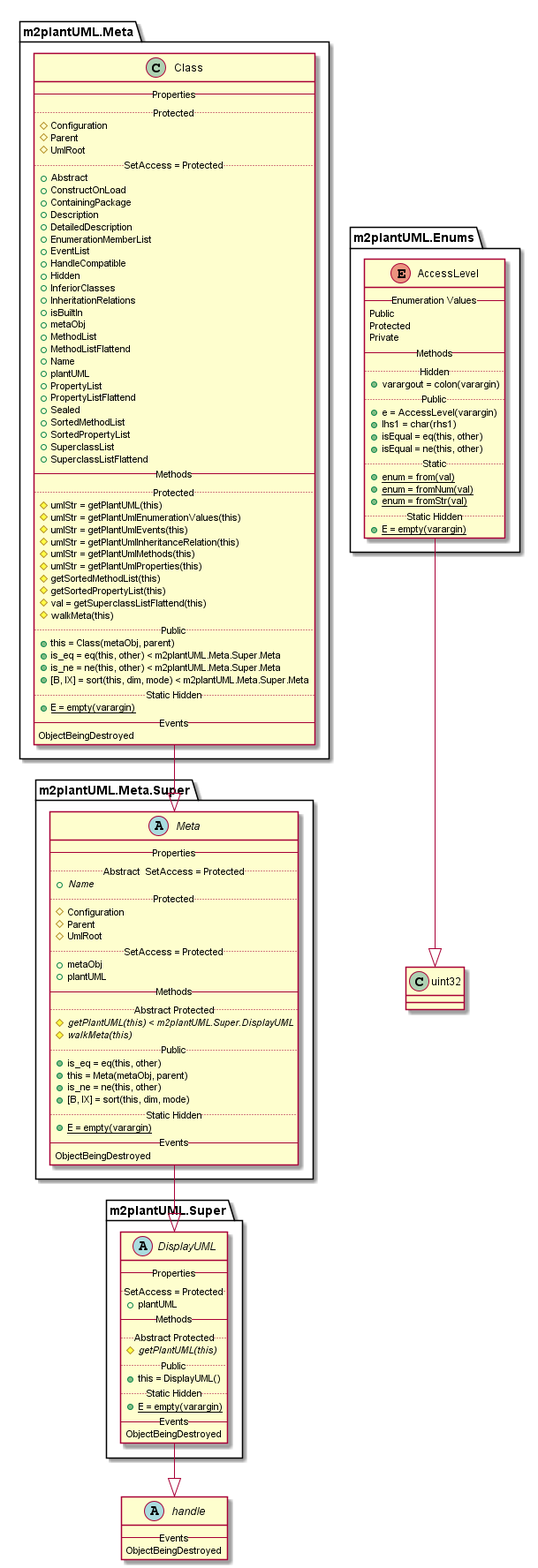
This is doc/uml-examples/export-class-PropertyInheritanceHint-false.png from flxdot/matdoc, a PlantUML export, as it was before one commit. Source of this version:
```plantuml
@startuml

abstract class handle {
   -- Events --
   ObjectBeingDestroyed
}


enum m2plantUML.Enums.AccessLevel {
   -- Enumeration Values --
   Public
   Protected
   Private
   -- Methods --
   .. Hidden ..
   {method} + varargout = colon(varargin)
   .. Public ..
   {method} + e = AccessLevel(varargin)
   {method} + lhs1 = char(rhs1)
   {method} + isEqual = eq(this, other)
   {method} + isEqual = ne(this, other)
   .. Static ..
   {method}{static} + enum = from(val)
   {method}{static} + enum = fromNum(val)
   {method}{static} + enum = fromStr(val)
   .. Static Hidden ..
   {method}{static} + E = empty(varargin)
}

m2plantUML.Enums.AccessLevel --|> uint32

class m2plantUML.Meta.Class {
   -- Properties --
   .. Protected ..
   {field} # Configuration
   {field} # Parent
   {field} # UmlRoot
   .. SetAccess = Protected ..
   {field} + Abstract
   {field} + ConstructOnLoad
   {field} + ContainingPackage
   {field} + Description
   {field} + DetailedDescription
   {field} + EnumerationMemberList
   {field} + EventList
   {field} + HandleCompatible
   {field} + Hidden
   {field} + InferiorClasses
   {field} + InheritationRelations
   {field} + isBuiltIn
   {field} + metaObj
   {field} + MethodList
   {field} + MethodListFlattend
   {field} + Name
   {field} + plantUML
   {field} + PropertyList
   {field} + PropertyListFlattend
   {field} + Sealed
   {field} + SortedMethodList
   {field} + SortedPropertyList
   {field} + SuperclassList
   {field} + SuperclassListFlattend
   -- Methods --
   .. Protected ..
   {method} # umlStr = getPlantUML(this)
   {method} # umlStr = getPlantUmlEnumerationValues(this)
   {method} # umlStr = getPlantUmlEvents(this)
   {method} # umlStr = getPlantUmlInheritanceRelation(this)
   {method} # umlStr = getPlantUmlMethods(this)
   {method} # umlStr = getPlantUmlProperties(this)
   {method} # getSortedMethodList(this)
   {method} # getSortedPropertyList(this)
   {method} # val = getSuperclassListFlattend(this)
   {method} # walkMeta(this)
   .. Public ..
   {method} + this = Class(metaObj, parent)
   {method} + is_eq = eq(this, other) < m2plantUML.Meta.Super.Meta
   {method} + is_ne = ne(this, other) < m2plantUML.Meta.Super.Meta
   {method} + [B, IX] = sort(this, dim, mode) < m2plantUML.Meta.Super.Meta
   .. Static Hidden ..
   {method}{static} + E = empty(varargin)
   -- Events --
   ObjectBeingDestroyed
}

m2plantUML.Meta.Class --|> m2plantUML.Meta.Super.Meta

abstract class m2plantUML.Meta.Super.Meta {
   -- Properties --
   .. Abstract  SetAccess = Protected ..
   {field}{abstract} + Name
   .. Protected ..
   {field} # Configuration
   {field} # Parent
   {field} # UmlRoot
   .. SetAccess = Protected ..
   {field} + metaObj
   {field} + plantUML
   -- Methods --
   .. Abstract Protected ..
   {method}{abstract} # getPlantUML(this) < m2plantUML.Super.DisplayUML
   {method}{abstract} # walkMeta(this)
   .. Public ..
   {method} + is_eq = eq(this, other)
   {method} + this = Meta(metaObj, parent)
   {method} + is_ne = ne(this, other)
   {method} + [B, IX] = sort(this, dim, mode)
   .. Static Hidden ..
   {method}{static} + E = empty(varargin)
   -- Events --
   ObjectBeingDestroyed
}

m2plantUML.Meta.Super.Meta --|> m2plantUML.Super.DisplayUML

abstract class m2plantUML.Super.DisplayUML {
   -- Properties --
   .. SetAccess = Protected ..
   {field} + plantUML
   -- Methods --
   .. Abstract Protected ..
   {method}{abstract} # getPlantUML(this)
   .. Public ..
   {method} + this = DisplayUML()
   .. Static Hidden ..
   {method}{static} + E = empty(varargin)
   -- Events --
   ObjectBeingDestroyed
}

m2plantUML.Super.DisplayUML --|> handle

class uint32 {
}


@enduml
```
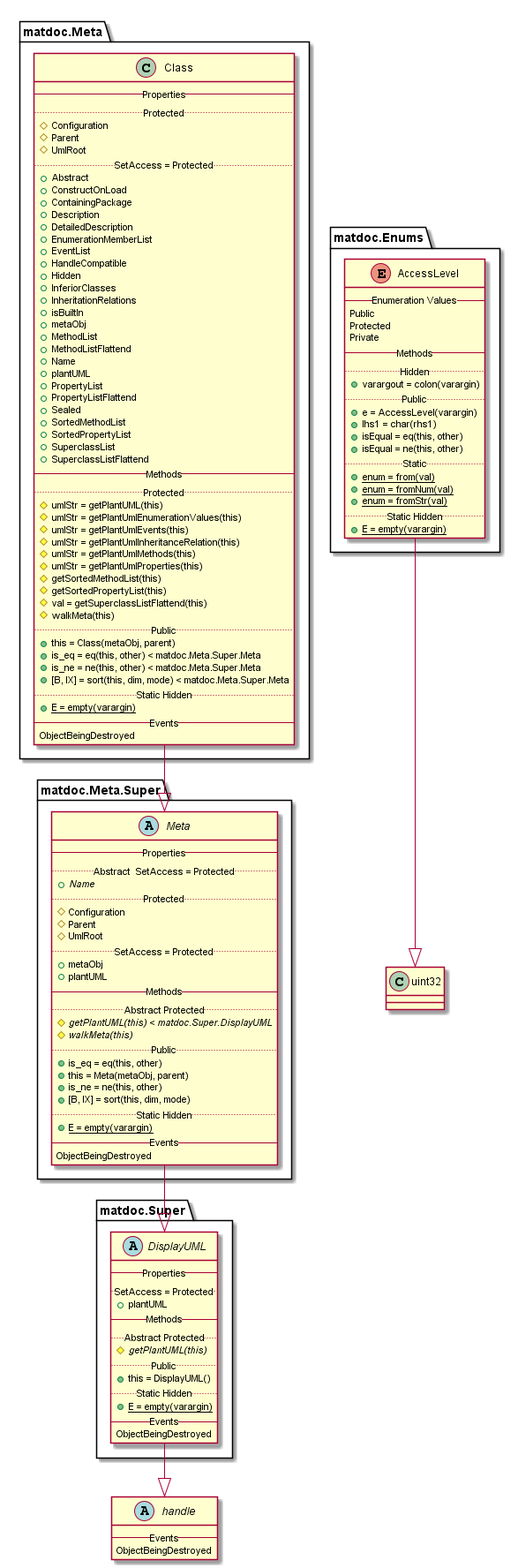
The same file after the commit.

What changed in the source:
```diff
@@ -6,7 +6,7 @@
 }
 
 
-enum m2plantUML.Enums.AccessLevel {
+enum matdoc.Enums.AccessLevel {
    -- Enumeration Values --
    Public
    Protected
@@ -27,9 +27,9 @@
    {method}{static} + E = empty(varargin)
 }
 
-m2plantUML.Enums.AccessLevel --|> uint32
+matdoc.Enums.AccessLevel --|> uint32
 
-class m2plantUML.Meta.Class {
+class matdoc.Meta.Class {
    -- Properties --
    .. Protected ..
    {field} # Configuration
@@ -74,18 +74,18 @@
    {method} # walkMeta(this)
    .. Public ..
    {method} + this = Class(metaObj, parent)
-   {method} + is_eq = eq(this, other) < m2plantUML.Meta.Super.Meta
-   {method} + is_ne = ne(this, other) < m2plantUML.Meta.Super.Meta
-   {method} + [B, IX] = sort(this, dim, mode) < m2plantUML.Meta.Super.Meta
+   {method} + is_eq = eq(this, other) < matdoc.Meta.Super.Meta
+   {method} + is_ne = ne(this, other) < matdoc.Meta.Super.Meta
+   {method} + [B, IX] = sort(this, dim, mode) < matdoc.Meta.Super.Meta
    .. Static Hidden ..
    {method}{static} + E = empty(varargin)
    -- Events --
    ObjectBeingDestroyed
 }
 
-m2plantUML.Meta.Class --|> m2plantUML.Meta.Super.Meta
+matdoc.Meta.Class --|> matdoc.Meta.Super.Meta
 
-abstract class m2plantUML.Meta.Super.Meta {
+abstract class matdoc.Meta.Super.Meta {
    -- Properties --
    .. Abstract  SetAccess = Protected ..
    {field}{abstract} + Name
@@ -98,7 +98,7 @@
    {field} + plantUML
    -- Methods --
    .. Abstract Protected ..
-   {method}{abstract} # getPlantUML(this) < m2plantUML.Super.DisplayUML
+   {method}{abstract} # getPlantUML(this) < matdoc.Super.DisplayUML
    {method}{abstract} # walkMeta(this)
    .. Public ..
    {method} + is_eq = eq(this, other)
@@ -111,9 +111,9 @@
    ObjectBeingDestroyed
 }
 
-m2plantUML.Meta.Super.Meta --|> m2plantUML.Super.DisplayUML
+matdoc.Meta.Super.Meta --|> matdoc.Super.DisplayUML
 
-abstract class m2plantUML.Super.DisplayUML {
+abstract class matdoc.Super.DisplayUML {
    -- Properties --
    .. SetAccess = Protected ..
    {field} + plantUML
@@ -128,7 +128,7 @@
    ObjectBeingDestroyed
 }
 
-m2plantUML.Super.DisplayUML --|> handle
+matdoc.Super.DisplayUML --|> handle
 
 class uint32 {
 }
```
